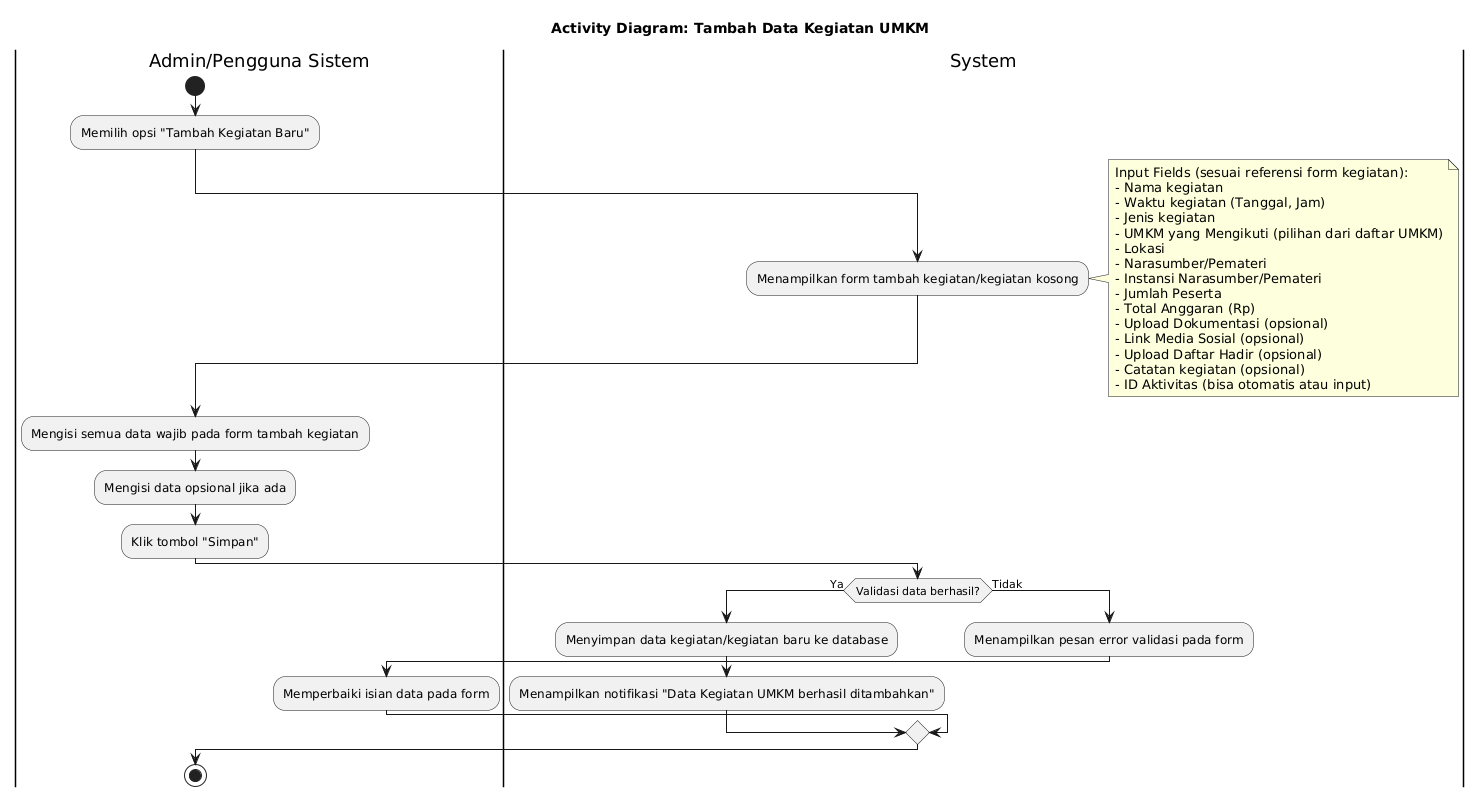
Earlier version of the PlantUML export activity diagram/kelola kegiatan umkm/buat data kegiatan/tambah kegiatan baru.png (Mrmgnt/diagram-kp).
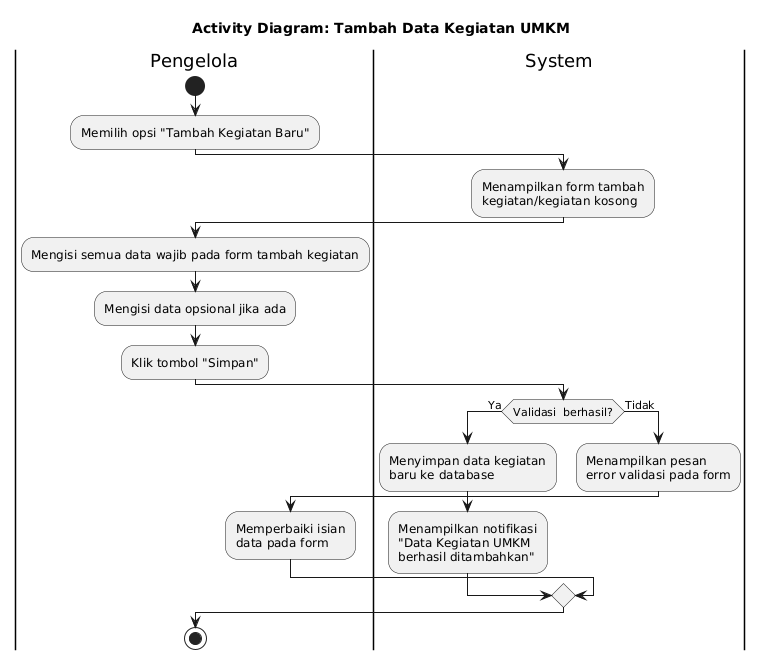
Later version of the same file.

The edit, as a diff of the source:
```diff
@@ -1,43 +1,34 @@
 @startuml
 title Activity Diagram: Tambah Data Kegiatan UMKM
 
-|Admin/Pengguna Sistem|
+|Pengelola|
 start
 :Memilih opsi "Tambah Kegiatan Baru";
 
 |System|
-:Menampilkan form tambah kegiatan/kegiatan kosong;
-note right
-    Input Fields (sesuai referensi form kegiatan):
-    - Nama kegiatan
-    - Waktu kegiatan (Tanggal, Jam)
-    - Jenis kegiatan
-    - UMKM yang Mengikuti (pilihan dari daftar UMKM)
-    - Lokasi
-    - Narasumber/Pemateri
-    - Instansi Narasumber/Pemateri
-    - Jumlah Peserta
-    - Total Anggaran (Rp)
-    - Upload Dokumentasi (opsional)
-    - Link Media Sosial (opsional)
-    - Upload Daftar Hadir (opsional)
-    - Catatan kegiatan (opsional)
-    - ID Aktivitas (bisa otomatis atau input)
-end note
+:Menampilkan form tambah
+kegiatan/kegiatan kosong;
 
-|Admin/Pengguna Sistem|
+|Pengelola|
 :Mengisi semua data wajib pada form tambah kegiatan;
 :Mengisi data opsional jika ada;
 :Klik tombol "Simpan";
 
 |System|
-if (Validasi data berhasil?) then (Ya)
-    :Menyimpan data kegiatan/kegiatan baru ke database;
-    :Menampilkan notifikasi "Data Kegiatan UMKM berhasil ditambahkan";
+if (Validasi  berhasil?) then (Ya)
+    :Menyimpan data kegiatan
+    baru ke database;
+    :Menampilkan notifikasi
+    "Data Kegiatan UMKM
+    berhasil ditambahkan";
+
 else (Tidak)
-    :Menampilkan pesan error validasi pada form;
-    |Admin/Pengguna Sistem|
-    :Memperbaiki isian data pada form;
+    :Menampilkan pesan
+    error validasi pada form;
+    |Pengelola|
+    :Memperbaiki isian
+    data pada form;
 endif
+
 stop
 @enduml
```
